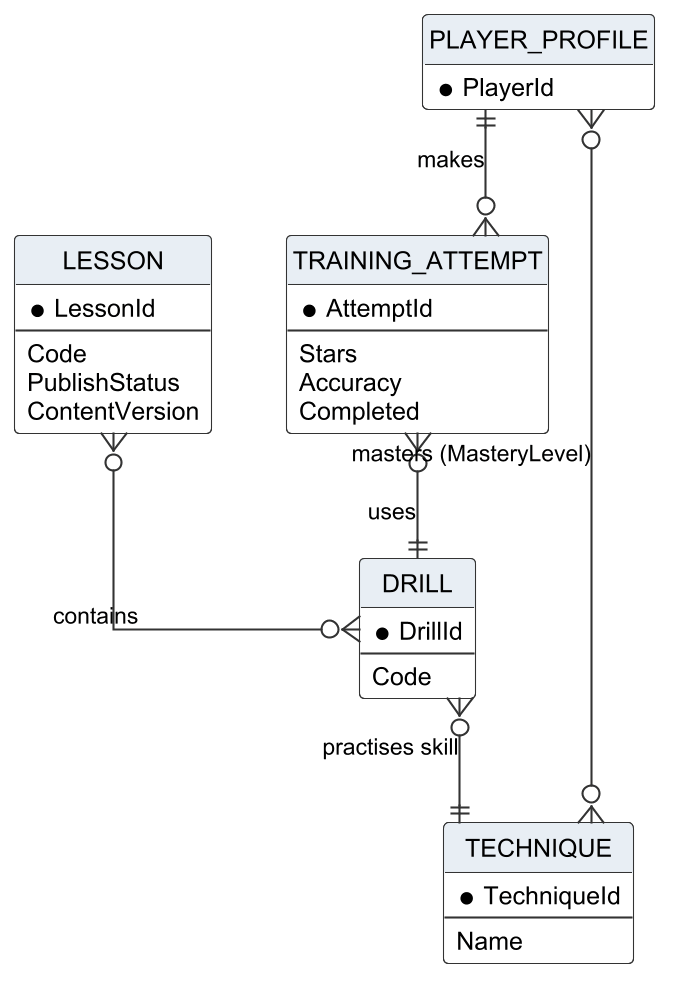
Before: Doc/Project_report/Report/diagrams/png/r3_cerd_training.png, a diagram exported from PlantUML (Tad-Min/PickleVerse).
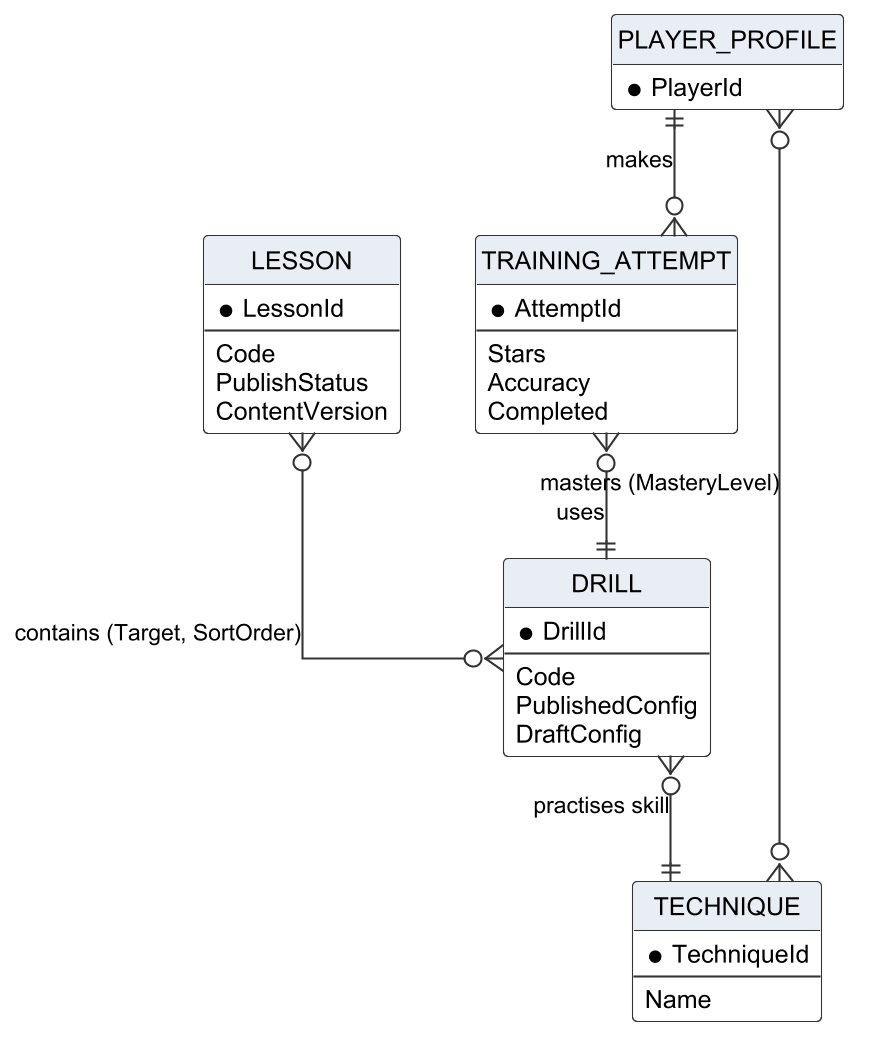
The same file after the commit.

Change to the diagram source:
```diff
@@ -19,6 +19,8 @@
   * DrillId
   --
   Code
+  PublishedConfig
+  DraftConfig
 }
 entity "PLAYER_PROFILE" as PLAYER_PROFILE {
   * PlayerId
@@ -30,7 +32,7 @@
   Accuracy
   Completed
 }
-LESSON }o--o{ DRILL : "contains"
+LESSON }o--o{ DRILL : "contains (Target, SortOrder)"
 DRILL }o--|| TECHNIQUE : "practises skill"
 PLAYER_PROFILE ||--o{ TRAINING_ATTEMPT : "makes"
 TRAINING_ATTEMPT }o--|| DRILL : "uses"
```
